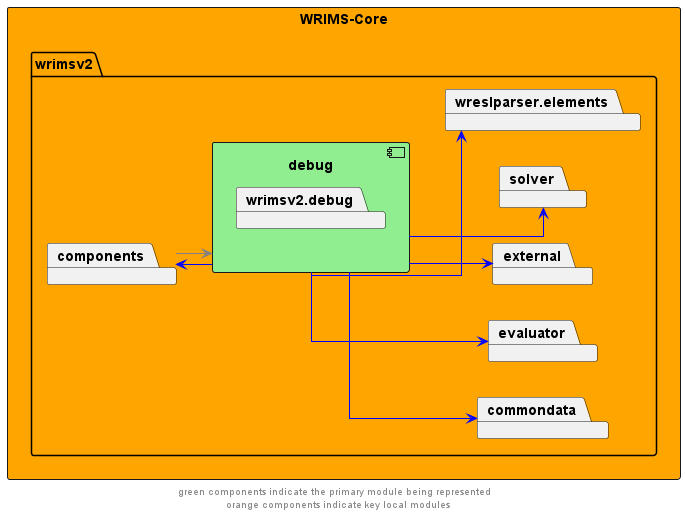
Above: docs/diagrams/wrims-core/wrims-core_debug.png in CentralValleyModeling/wrims (PlantUML), before the change.
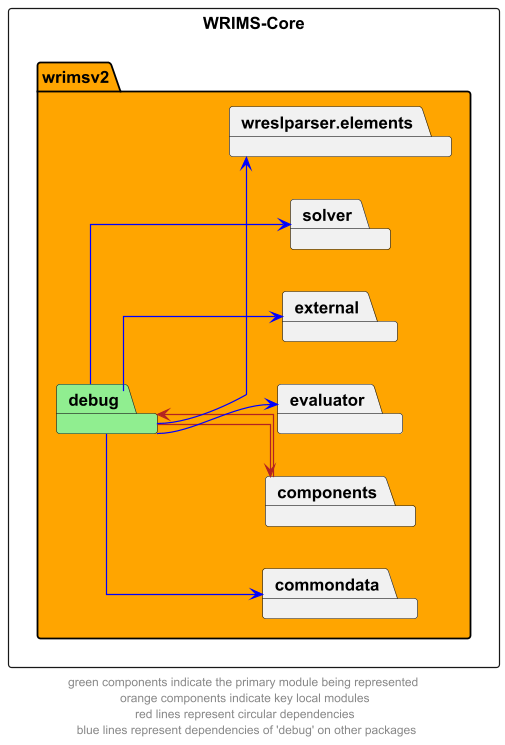
After the change.

Diff of the diagram source:
```diff
@@ -2,13 +2,9 @@
 left to right direction
 skinparam linetype ortho
 
-rectangle wrims_core as "WRIMS-Core" #orange {
-    package wrimsv2{
-        package debug {
-            component debug #lightgreen {
-                package wrimsv2.debug
-            }
-        }
+rectangle wrims_core as "WRIMS-Core" {
+    package wrimsv2 #orange{
+        package debug #lightgreen
     package commondata
     package components
     package evaluator
@@ -17,8 +13,8 @@
     package wreslparser.elements
 }
 
-debug -->  components #blue
-components -->  debug #grey
+debug -->  components #firebrick
+components -->  debug #firebrick
 debug -->  commondata #blue
 debug -->  evaluator #blue
 debug -->  external #blue
@@ -26,5 +22,5 @@
 debug -->  wreslparser.elements #blue
 
 
-footer "green components indicate the primary module being represented \n orange components indicate key local modules"
+footer "green components indicate the primary module being represented \n orange components indicate key local modules \n red lines represent circular dependencies \n blue lines represent dependencies of 'debug' on other packages"
 @enduml
```
